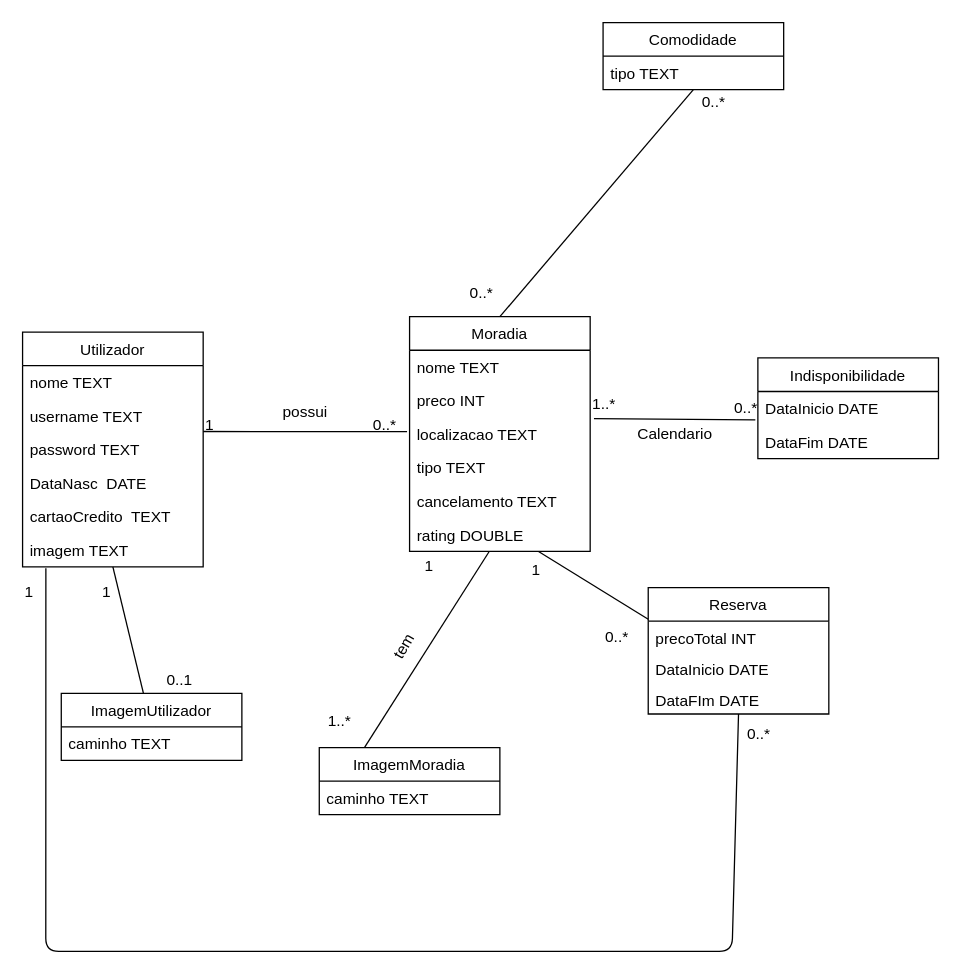
Above: Untitled Diagram.drawio in adrianacscg/FEUP-LTW (draw.io), before the change. Source tidied: cells renumbered, new cells numbered last; positions are measured from the earlier drawing's top-left corner, leaving out a move shared by most shapes. Both pictures are drawn from the tidied source at 129%, with x=0, y=0 at pixel (22, 22).
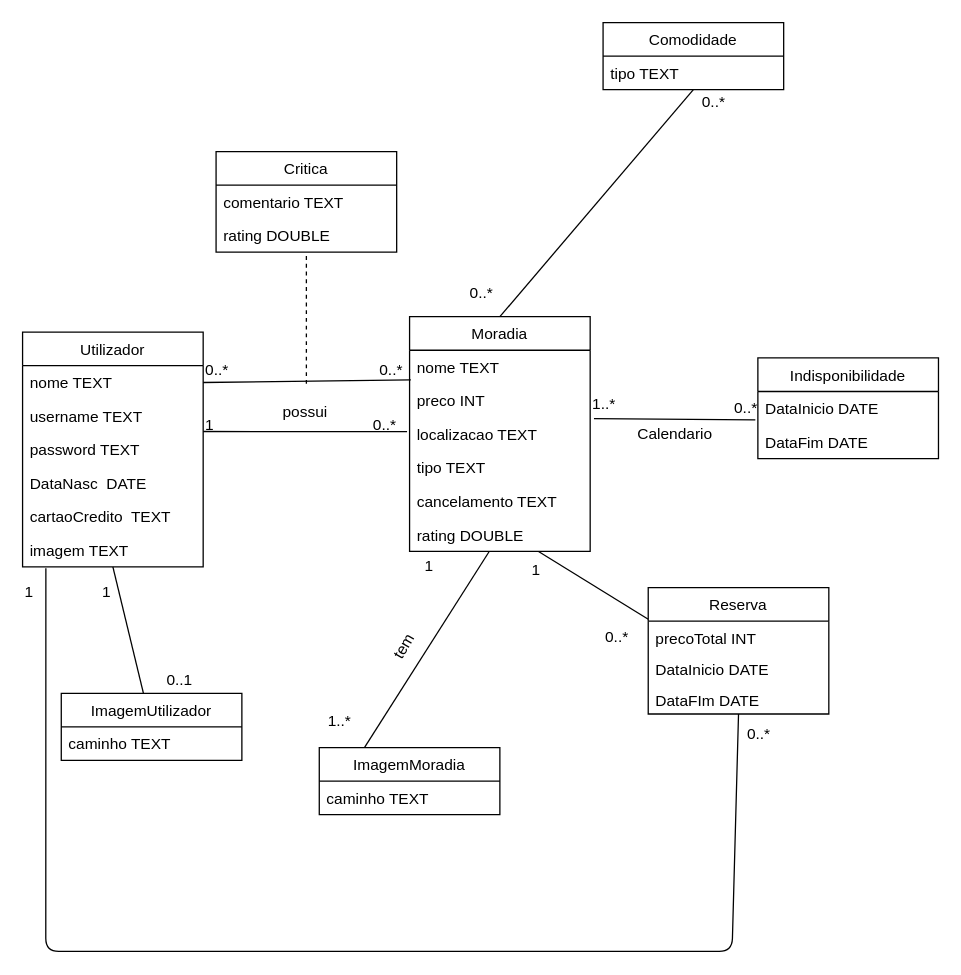
Above is the later version.

Unchanged cells that the change refers to:
```xml
<mxCell id="10" value="nome TEXT" style="text;strokeColor=none;fillColor=none;align=left;verticalAlign=top;spacingLeft=4;spacingRight=4;overflow=hidden;points=[[0,0.5],[1,0.5]];portConstraint=eastwest;" parent="9" vertex="1">
  <mxGeometry y="26" width="140" height="26" as="geometry" />
</mxCell>
```

The edit, as a diff of the source:
```diff
@@
+    <mxCell id="53" style="endArrow=none;html=1;entryX=0.007;entryY=0.885;entryDx=0;entryDy=0;entryPerimeter=0;" parent="1" edge="1" target="10">
+      <mxGeometry relative="1" as="geometry">
+        <mxPoint x="140" y="279" as="sourcePoint" />
+      </mxGeometry>
+    </mxCell>
+    <mxCell id="54" style="endArrow=none;dashed=1;html=1;" parent="1" edge="1" target="55">
+      <mxGeometry relative="1" as="geometry">
+        <mxPoint x="220" y="280" as="sourcePoint" />
+      </mxGeometry>
+    </mxCell>
+    <mxCell id="55" value="Critica" style="swimlane;fontStyle=0;horizontal=1;startSize=26;fillColor=none;" parent="1" vertex="1">
+      <mxGeometry x="150" y="100" width="140" height="78" as="geometry" />
+    </mxCell>
+    <mxCell id="56" value="comentario TEXT" style="text;strokeColor=none;fillColor=none;align=left;verticalAlign=top;spacingLeft=4;spacingRight=4;overflow=hidden;" parent="55" vertex="1">
+      <mxGeometry y="26" width="140" height="26" as="geometry" />
+    </mxCell>
+    <mxCell id="57" value="rating DOUBLE" style="text;strokeColor=none;fillColor=none;align=left;verticalAlign=top;spacingLeft=4;spacingRight=4;overflow=hidden;" parent="55" vertex="1">
+      <mxGeometry y="52" width="140" height="26" as="geometry" />
+    </mxCell>
+    <mxCell id="58" value="0..*" style="text;html=1;align=left;verticalAlign=top;spacingTop=-4;" parent="1" vertex="1">
+      <mxGeometry x="275" y="260" width="30" height="20" as="geometry" />
+    </mxCell>
+    <mxCell id="59" value="0..*" style="text;html=1;align=left;verticalAlign=top;spacingTop=-4;" parent="1" vertex="1">
+      <mxGeometry x="140" y="260" width="30" height="20" as="geometry" />
+    </mxCell>
```
